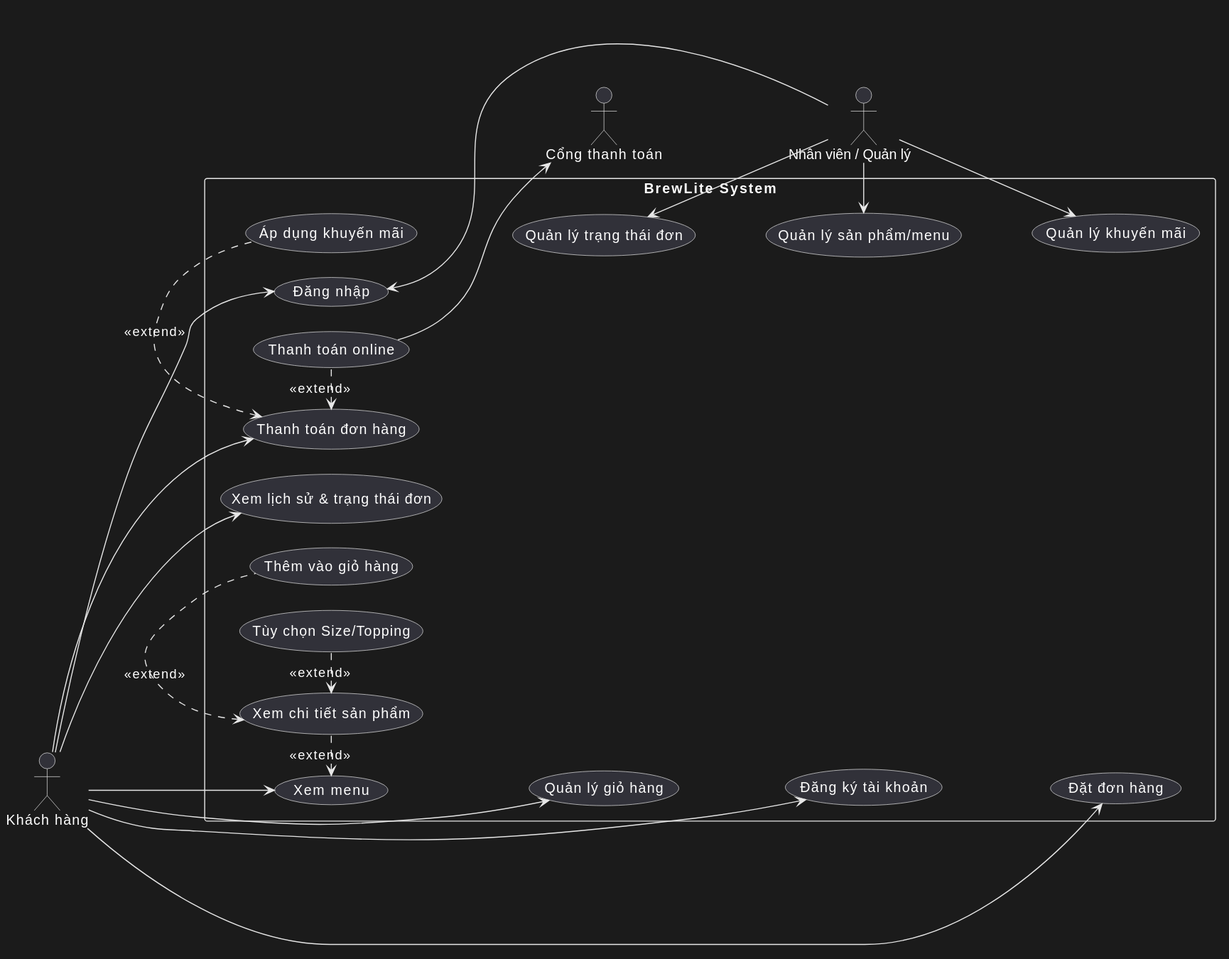
Before: docs/requirements/use-case-overview.svg, a diagram exported from PlantUML (minhhhao12/brewlite).
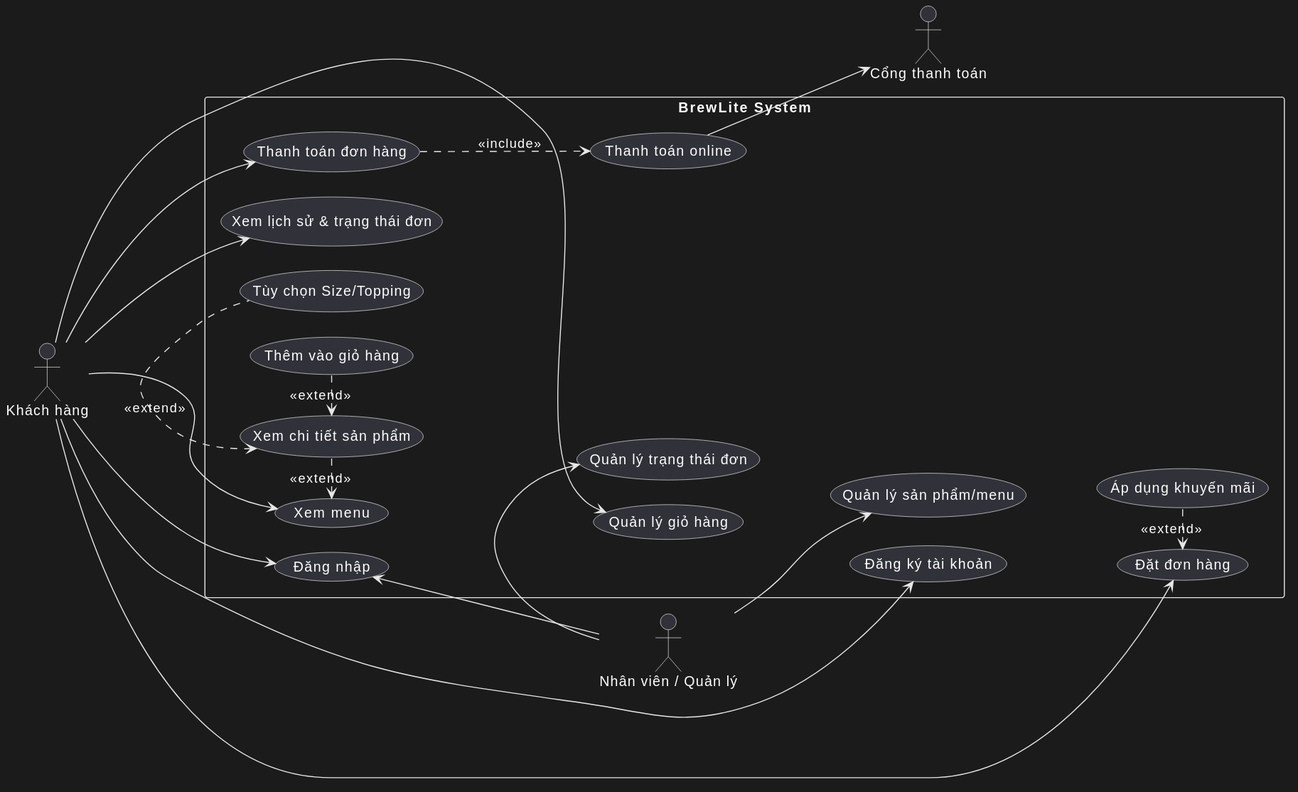
Later version of the same file.

What changed in the source:
```diff
@@ -5,53 +5,50 @@
 skinparam nodesep 25
 
 actor "Khách hàng" as Customer
-actor "Nhân viên" as Staff
+actor "Nhân viên / Quản lý" as Staff
 actor "Cổng thanh toán" as PaymentGateway
 
 rectangle "BrewLite System" {
-usecase "Xem menu" as UC1
-usecase "Xem chi tiết sản phẩm" as UC2
-usecase "Tùy chọn Size/Topping" as UC3
-usecase "Thêm vào giỏ hàng" as UC4
+usecase "Xem menu" as UC_01
+usecase "Xem chi tiết sản phẩm" as UC_02
+usecase "Tùy chọn Size/Topping" as UC_03
+usecase "Thêm vào giỏ hàng" as UC_04a
 
-usecase "Quản lý giỏ hàng" as UC5
-usecase "Đăng ký tài khoản" as UC6
-usecase "Đăng nhập" as UC7
+usecase "Quản lý giỏ hàng" as UC_04
+usecase "Đăng ký tài khoản" as UC_05
+usecase "Đăng nhập" as UC_06
 
-usecase "Đặt đơn hàng" as UC8
-usecase "Thanh toán đơn hàng" as UC9
-usecase "Áp dụng khuyến mãi" as UC10
-usecase "Thanh toán online" as UC13
+usecase "Đặt đơn hàng" as UC_07
+usecase "Thanh toán đơn hàng" as UC_08
+usecase "Áp dụng khuyến mãi" as UC_09
+usecase "Thanh toán online" as UC_08a
 
-usecase "Xem lịch sử & trạng thái đơn" as UC11
-usecase "Quản lý trạng thái đơn" as UC12
-usecase "Quản lý sản phẩm/menu" as UC14
-usecase "Quản lý khuyến mãi" as UC15
+usecase "Xem lịch sử & trạng thái đơn" as UC_10
+usecase "Quản lý trạng thái đơn" as UC_11
+usecase "Quản lý sản phẩm/menu" as UC_12
 }
 
-UC1 -[hidden]down- UC5
-UC5 -[hidden]down- UC6
-UC6 -[hidden]down- UC8
-UC11 -[hidden]down- UC12
-UC12 -[hidden]down- UC14
-UC14 -[hidden]down- UC15
+UC_01 -[hidden]down- UC_04
+UC_04 -[hidden]down- UC_05
+UC_05 -[hidden]down- UC_07
+UC_10 -[hidden]down- UC_11
+UC_11 -[hidden]down- UC_12
 
-Customer --> UC1
-Customer --> UC5
-Customer --> UC6
-Customer --> UC7
-Customer --> UC8
-Customer --> UC11
-Customer --> UC9
-UC2 .left.> UC1 : <<extend>>
-UC3 .left.> UC2 : <<extend>>
-UC4 .left.> UC2 : <<extend>>
-UC10 .left.> UC9 : <<extend>>
-UC13 .left.> UC9 : <<extend>>
-UC13 --> PaymentGateway
+Customer --> UC_01
+Customer --> UC_04
+Customer --> UC_05
+Customer --> UC_06
+Customer --> UC_07
+Customer --> UC_10
+Customer --> UC_08
+UC_02 .left.> UC_01 : <<extend>>
+UC_03 .left.> UC_02 : <<extend>>
+UC_04a .left.> UC_02 : <<extend>>
+UC_09 .left.> UC_07 : <<extend>>
+UC_08 ..> UC_08a : <<include>>
+UC_08a --> PaymentGateway
 
-Staff --> UC7
-Staff -left-> UC12
-Staff -left-> UC14
-Staff -left-> UC15
+Staff --> UC_06
+Staff -left-> UC_11
+Staff -left-> UC_12
 @enduml
```
